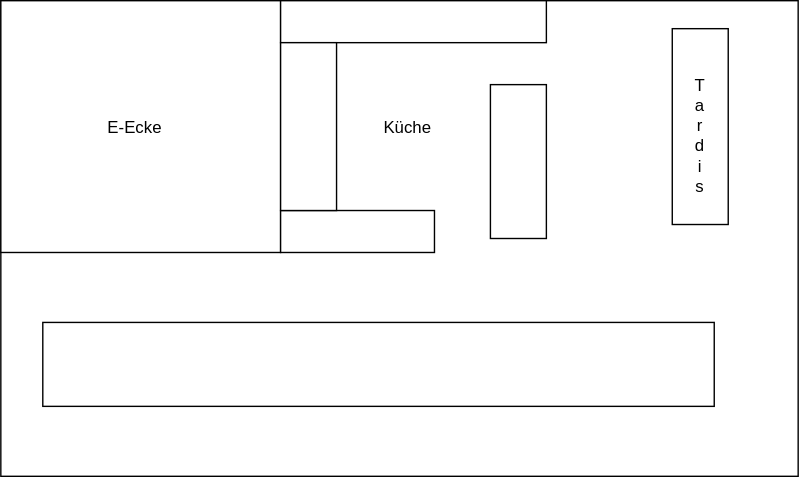
The draw.io diagram rzl.svg in uwap/mqtt-control-map, before a commit. Source tidied: cells renumbered, new cells last; positions are measured from the earlier drawing's top-left corner, leaving out a move shared by most shapes. Source of this version:
```xml
<mxGraphModel background="#ffffff">
  <root>
    <mxCell id="0" />
    <mxCell id="1" parent="0" />
    <mxCell id="2" style="rounded=0;whiteSpace=wrap;html=1;" parent="1" vertex="1">
      <mxGeometry width="570" height="340" as="geometry" />
    </mxCell>
    <mxCell id="3" style="rounded=0;whiteSpace=wrap;html=1;" parent="1" vertex="1">
      <mxGeometry width="200" height="180" as="geometry" />
    </mxCell>
    <mxCell id="4" style="rounded=0;whiteSpace=wrap;html=1;" parent="1" vertex="1">
      <mxGeometry x="200" y="150" width="110" height="30" as="geometry" />
    </mxCell>
    <mxCell id="5" style="rounded=0;whiteSpace=wrap;html=1;" parent="1" vertex="1">
      <mxGeometry x="200" width="190" height="30" as="geometry" />
    </mxCell>
    <mxCell id="6" style="rounded=0;whiteSpace=wrap;html=1;" parent="1" vertex="1">
      <mxGeometry x="200" y="30" width="40" height="120" as="geometry" />
    </mxCell>
    <mxCell id="7" style="rounded=0;whiteSpace=wrap;html=1;" parent="1" vertex="1">
      <mxGeometry x="350" y="60" width="40" height="110" as="geometry" />
    </mxCell>
    <mxCell id="8" style="rounded=0;whiteSpace=wrap;html=1;" parent="1" vertex="1">
      <mxGeometry x="480" y="20" width="40" height="140" as="geometry" />
    </mxCell>
    <mxCell id="9" style="rounded=0;whiteSpace=wrap;html=1;" parent="1" vertex="1">
      <mxGeometry x="30" y="230" width="480" height="60" as="geometry" />
    </mxCell>
    <mxCell id="10" value="T&lt;div&gt;a&lt;/div&gt;&lt;div&gt;r&lt;/div&gt;&lt;div&gt;d&lt;/div&gt;&lt;div&gt;i&lt;/div&gt;&lt;div&gt;s&lt;/div&gt;" style="text;html=1;strokeColor=none;fillColor=none;align=center;verticalAlign=middle;whiteSpace=wrap;" parent="1" vertex="1">
      <mxGeometry x="480" y="85" width="40" height="20" as="geometry" />
    </mxCell>
    <mxCell id="11" value="Küche" style="text;html=1;strokeColor=none;fillColor=none;align=center;verticalAlign=middle;whiteSpace=wrap;" parent="1" vertex="1">
      <mxGeometry x="270" y="80" width="40" height="20" as="geometry" />
    </mxCell>
    <mxCell id="12" value="E-Ecke" style="text;html=1;strokeColor=none;fillColor=none;align=center;verticalAlign=middle;whiteSpace=wrap;" parent="1" vertex="1">
      <mxGeometry x="70" y="80" width="50" height="20" as="geometry" />
    </mxCell>
  </root>
</mxGraphModel>
```
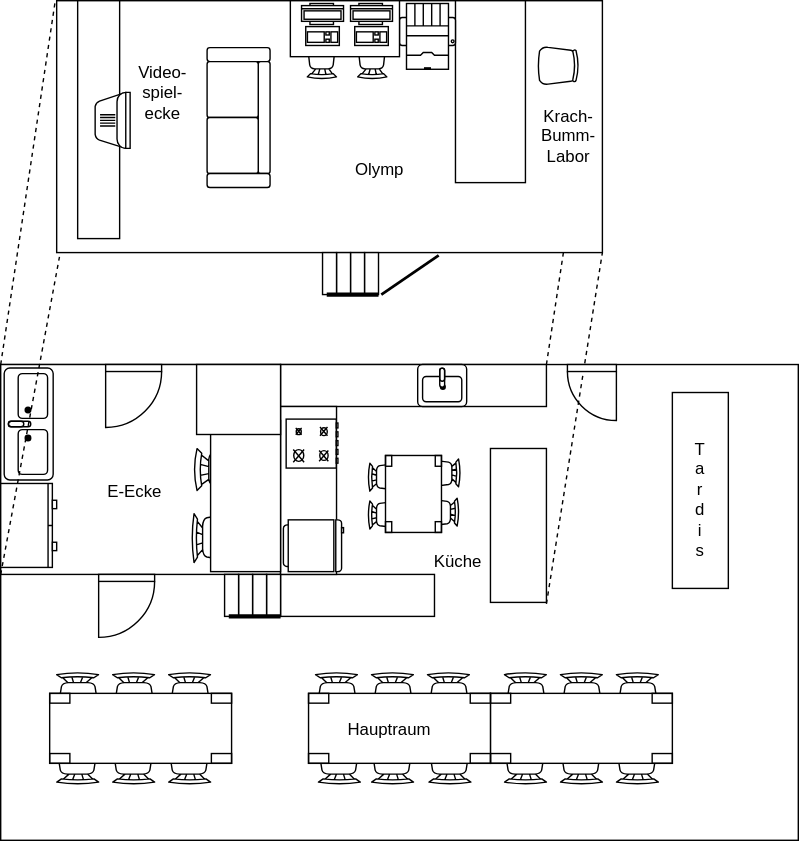
After the commit.

Diff of the diagram source:
```diff
@@ -2,11 +2,16 @@
   <root>
     <mxCell id="0" />
     <mxCell id="1" parent="0" />
+    <mxCell id="13" style="endArrow=none;dashed=1;html=1;entryX=0.997;entryY=0.017;entryPerimeter=0;" parent="1" edge="1" target="14">
+      <mxGeometry relative="1" as="geometry">
+        <mxPoint x="390" as="sourcePoint" />
+      </mxGeometry>
+    </mxCell>
     <mxCell id="2" style="rounded=0;whiteSpace=wrap;html=1;" parent="1" vertex="1">
       <mxGeometry width="570" height="340" as="geometry" />
     </mxCell>
     <mxCell id="3" style="rounded=0;whiteSpace=wrap;html=1;" parent="1" vertex="1">
-      <mxGeometry width="200" height="180" as="geometry" />
+      <mxGeometry width="200" height="150" as="geometry" />
     </mxCell>
     <mxCell id="4" style="rounded=0;whiteSpace=wrap;html=1;" parent="1" vertex="1">
       <mxGeometry x="200" y="150" width="110" height="30" as="geometry" />
@@ -23,17 +28,226 @@
     <mxCell id="8" style="rounded=0;whiteSpace=wrap;html=1;" parent="1" vertex="1">
       <mxGeometry x="480" y="20" width="40" height="140" as="geometry" />
     </mxCell>
-    <mxCell id="9" style="rounded=0;whiteSpace=wrap;html=1;" parent="1" vertex="1">
-      <mxGeometry x="30" y="230" width="480" height="60" as="geometry" />
-    </mxCell>
     <mxCell id="10" value="T&lt;div&gt;a&lt;/div&gt;&lt;div&gt;r&lt;/div&gt;&lt;div&gt;d&lt;/div&gt;&lt;div&gt;i&lt;/div&gt;&lt;div&gt;s&lt;/div&gt;" style="text;html=1;strokeColor=none;fillColor=none;align=center;verticalAlign=middle;whiteSpace=wrap;" parent="1" vertex="1">
       <mxGeometry x="480" y="85" width="40" height="20" as="geometry" />
     </mxCell>
     <mxCell id="11" value="Küche" style="text;html=1;strokeColor=none;fillColor=none;align=center;verticalAlign=middle;whiteSpace=wrap;" parent="1" vertex="1">
-      <mxGeometry x="270" y="80" width="40" height="20" as="geometry" />
+      <mxGeometry x="306" y="130" width="40" height="20" as="geometry" />
     </mxCell>
     <mxCell id="12" value="E-Ecke" style="text;html=1;strokeColor=none;fillColor=none;align=center;verticalAlign=middle;whiteSpace=wrap;" parent="1" vertex="1">
       <mxGeometry x="70" y="80" width="50" height="20" as="geometry" />
     </mxCell>
+    <mxCell id="14" style="rounded=0;whiteSpace=wrap;html=1;" parent="1" vertex="1">
+      <mxGeometry x="40" y="-260" width="390" height="180" as="geometry" />
+    </mxCell>
+    <mxCell id="15" style="rounded=0;whiteSpace=wrap;html=1;" parent="1" vertex="1">
+      <mxGeometry x="55" y="-260" width="30" height="170" as="geometry" />
+    </mxCell>
+    <mxCell id="16" style="rounded=0;whiteSpace=wrap;html=1;" parent="1" vertex="1">
+      <mxGeometry x="325" y="-260" width="50" height="130" as="geometry" />
+    </mxCell>
+    <mxCell id="17" value="Krach-&lt;br&gt;Bumm-&lt;br&gt;Labor" style="text;html=1;strokeColor=none;fillColor=none;align=center;verticalAlign=middle;whiteSpace=wrap;rotation=0;" parent="1" vertex="1">
+      <mxGeometry x="385" y="-174" width="40" height="20" as="geometry" />
+    </mxCell>
+    <mxCell id="18" value="Video-&lt;div&gt;spiel-&lt;/div&gt;&lt;div&gt;ecke&lt;/div&gt;" style="text;html=1;strokeColor=none;fillColor=none;align=center;verticalAlign=middle;whiteSpace=wrap;" parent="1" vertex="1">
+      <mxGeometry x="95" y="-205" width="40" height="20" as="geometry" />
+    </mxCell>
+    <mxCell id="19" value="Olymp" style="text;html=1;strokeColor=none;fillColor=none;align=center;verticalAlign=middle;whiteSpace=wrap;" parent="1" vertex="1">
+      <mxGeometry x="250" y="-150" width="40" height="20" as="geometry" />
+    </mxCell>
+    <mxCell id="20" style="endArrow=none;dashed=1;html=1;exitX=0;exitY=0;exitPerimeter=0;entryX=-0.003;entryY=0;entryPerimeter=0;" parent="1" edge="1" source="3" target="14">
+      <mxGeometry relative="1" as="geometry" />
+    </mxCell>
+    <mxCell id="21" style="endArrow=none;dashed=1;html=1;exitX=1;exitY=1.009;exitPerimeter=0;entryX=1;entryY=1;entryPerimeter=0;" parent="1" edge="1" source="7" target="14">
+      <mxGeometry relative="1" as="geometry" />
+    </mxCell>
+    <mxCell id="22" style="rounded=0;whiteSpace=wrap;html=1;" parent="1" vertex="1">
+      <mxGeometry x="190" y="150" width="10" height="30" as="geometry" />
+    </mxCell>
+    <mxCell id="23" style="rounded=0;whiteSpace=wrap;html=1;" parent="1" vertex="1">
+      <mxGeometry x="180" y="150" width="10" height="30" as="geometry" />
+    </mxCell>
+    <mxCell id="24" style="rounded=0;whiteSpace=wrap;html=1;" parent="1" vertex="1">
+      <mxGeometry x="170" y="150" width="10" height="30" as="geometry" />
+    </mxCell>
+    <mxCell id="25" style="rounded=0;whiteSpace=wrap;html=1;" parent="1" vertex="1">
+      <mxGeometry x="160" y="150" width="10" height="30" as="geometry" />
+    </mxCell>
+    <mxCell id="26" style="endArrow=none;html=1;exitX=0.25;exitY=1;strokeWidth=3;" parent="1" edge="1" source="25">
+      <mxGeometry relative="1" as="geometry">
+        <mxPoint x="200" y="180" as="targetPoint" />
+      </mxGeometry>
+    </mxCell>
+    <mxCell id="27" style="verticalLabelPosition=bottom;html=1;verticalAlign=top;align=center;strokeWidth=1;shape=mxgraph.floorplan.couch;rotation=90;" parent="1" vertex="1">
+      <mxGeometry x="120" y="-199" width="100" height="45" as="geometry" />
+    </mxCell>
+    <mxCell id="28" style="verticalLabelPosition=bottom;html=1;verticalAlign=top;align=center;strokeWidth=1;shape=mxgraph.floorplan.printer;" parent="1" vertex="1">
+      <mxGeometry x="285" y="-258" width="40" height="47" as="geometry" />
+    </mxCell>
+    <mxCell id="29" style="verticalLabelPosition=bottom;html=1;verticalAlign=top;align=center;strokeWidth=1;shape=mxgraph.floorplan.doorRight;" parent="1" vertex="1">
+      <mxGeometry x="405" width="35" height="30" as="geometry" />
+    </mxCell>
+    <mxCell id="30" style="verticalLabelPosition=bottom;html=1;verticalAlign=top;align=center;strokeWidth=1;shape=mxgraph.floorplan.range_1;rotation=-90;" parent="1" vertex="1">
+      <mxGeometry x="205" y="38" width="35" height="37" as="geometry" />
+    </mxCell>
+    <mxCell id="31" value="&lt;div&gt;&lt;br&gt;&lt;/div&gt;" style="verticalLabelPosition=bottom;html=1;verticalAlign=top;align=center;strokeWidth=1;shape=mxgraph.floorplan.sink_2;" parent="1" vertex="1">
+      <mxGeometry x="298" width="35" height="30" as="geometry" />
+    </mxCell>
+    <mxCell id="32" style="verticalLabelPosition=bottom;html=1;verticalAlign=top;align=center;strokeWidth=1;shape=mxgraph.floorplan.chair;rotation=180;" parent="1" vertex="1">
+      <mxGeometry x="255" y="-234" width="21" height="30" as="geometry" />
+    </mxCell>
+    <mxCell id="33" style="verticalLabelPosition=bottom;html=1;verticalAlign=top;align=center;strokeWidth=1;shape=mxgraph.floorplan.chair;rotation=180;" parent="1" vertex="1">
+      <mxGeometry x="219" y="-234" width="21" height="30" as="geometry" />
+    </mxCell>
+    <mxCell id="34" style="rounded=0;whiteSpace=wrap;html=1;" parent="1" vertex="1">
+      <mxGeometry x="260" y="-80" width="10" height="30" as="geometry" />
+    </mxCell>
+    <mxCell id="35" style="rounded=0;whiteSpace=wrap;html=1;" parent="1" vertex="1">
+      <mxGeometry x="250" y="-80" width="10" height="30" as="geometry" />
+    </mxCell>
+    <mxCell id="36" style="rounded=0;whiteSpace=wrap;html=1;" parent="1" vertex="1">
+      <mxGeometry x="240" y="-80" width="10" height="30" as="geometry" />
+    </mxCell>
+    <mxCell id="37" style="rounded=0;whiteSpace=wrap;html=1;" parent="1" vertex="1">
+      <mxGeometry x="230" y="-80" width="10" height="30" as="geometry" />
+    </mxCell>
+    <mxCell id="38" style="endArrow=none;html=1;exitX=0.25;exitY=1;strokeWidth=3;" parent="1" edge="1" source="37">
+      <mxGeometry relative="1" as="geometry">
+        <mxPoint x="270" y="-50" as="targetPoint" />
+      </mxGeometry>
+    </mxCell>
+    <mxCell id="39" style="endArrow=none;html=1;strokeWidth=2;entryX=0.7;entryY=1.011;entryPerimeter=0;" parent="1" edge="1" target="14">
+      <mxGeometry relative="1" as="geometry">
+        <mxPoint x="272" y="-50" as="sourcePoint" />
+      </mxGeometry>
+    </mxCell>
+    <mxCell id="40" style="verticalLabelPosition=bottom;html=1;verticalAlign=top;align=center;strokeWidth=1;shape=mxgraph.floorplan.chair;rotation=90;" parent="1" vertex="1">
+      <mxGeometry x="306" y="65" width="20" height="25" as="geometry" />
+    </mxCell>
+    <mxCell id="41" style="verticalLabelPosition=bottom;html=1;verticalAlign=top;align=center;strokeWidth=1;shape=mxgraph.floorplan.chair;rotation=90;" parent="1" vertex="1">
+      <mxGeometry x="305" y="93" width="20" height="25" as="geometry" />
+    </mxCell>
+    <mxCell id="42" style="verticalLabelPosition=bottom;html=1;verticalAlign=top;align=center;strokeWidth=1;shape=mxgraph.floorplan.chair;rotation=-90;" parent="1" vertex="1">
+      <mxGeometry x="265" y="95" width="20" height="25" as="geometry" />
+    </mxCell>
+    <mxCell id="43" style="verticalLabelPosition=bottom;html=1;verticalAlign=top;align=center;strokeWidth=1;shape=mxgraph.floorplan.chair;rotation=-90;" parent="1" vertex="1">
+      <mxGeometry x="265" y="68" width="20" height="25" as="geometry" />
+    </mxCell>
+    <mxCell id="44" style="verticalLabelPosition=bottom;html=1;verticalAlign=top;align=center;strokeWidth=1;shape=mxgraph.floorplan.table;" parent="1" vertex="1">
+      <mxGeometry x="275" y="65" width="40" height="55" as="geometry" />
+    </mxCell>
+    <mxCell id="45" style="verticalLabelPosition=bottom;html=1;verticalAlign=top;align=center;strokeWidth=1;shape=mxgraph.floorplan.refrigerator;rotation=-90;" parent="1" vertex="1">
+      <mxGeometry x="205" y="108" width="37" height="43" as="geometry" />
+    </mxCell>
+    <mxCell id="46" style="verticalLabelPosition=bottom;html=1;verticalAlign=top;align=center;strokeWidth=1;shape=mxgraph.floorplan.chair;" parent="1" vertex="1">
+      <mxGeometry x="40" y="220" width="30" height="30" as="geometry" />
+    </mxCell>
+    <mxCell id="47" style="verticalLabelPosition=bottom;html=1;verticalAlign=top;align=center;strokeWidth=1;shape=mxgraph.floorplan.chair;" parent="1" vertex="1">
+      <mxGeometry x="80" y="220" width="30" height="30" as="geometry" />
+    </mxCell>
+    <mxCell id="48" style="verticalLabelPosition=bottom;html=1;verticalAlign=top;align=center;strokeWidth=1;shape=mxgraph.floorplan.chair;" parent="1" vertex="1">
+      <mxGeometry x="120" y="220" width="30" height="30" as="geometry" />
+    </mxCell>
+    <mxCell id="49" style="verticalLabelPosition=bottom;html=1;verticalAlign=top;align=center;strokeWidth=1;shape=mxgraph.floorplan.chair;" parent="1" vertex="1">
+      <mxGeometry x="225" y="220" width="30" height="30" as="geometry" />
+    </mxCell>
+    <mxCell id="50" style="verticalLabelPosition=bottom;html=1;verticalAlign=top;align=center;strokeWidth=1;shape=mxgraph.floorplan.chair;" parent="1" vertex="1">
+      <mxGeometry x="265" y="220" width="30" height="30" as="geometry" />
+    </mxCell>
+    <mxCell id="51" style="verticalLabelPosition=bottom;html=1;verticalAlign=top;align=center;strokeWidth=1;shape=mxgraph.floorplan.chair;" parent="1" vertex="1">
+      <mxGeometry x="305" y="220" width="30" height="30" as="geometry" />
+    </mxCell>
+    <mxCell id="52" style="verticalLabelPosition=bottom;html=1;verticalAlign=top;align=center;strokeWidth=1;shape=mxgraph.floorplan.chair;" parent="1" vertex="1">
+      <mxGeometry x="360" y="220" width="30" height="30" as="geometry" />
+    </mxCell>
+    <mxCell id="53" style="verticalLabelPosition=bottom;html=1;verticalAlign=top;align=center;strokeWidth=1;shape=mxgraph.floorplan.chair;" parent="1" vertex="1">
+      <mxGeometry x="400" y="220" width="30" height="30" as="geometry" />
+    </mxCell>
+    <mxCell id="54" style="verticalLabelPosition=bottom;html=1;verticalAlign=top;align=center;strokeWidth=1;shape=mxgraph.floorplan.chair;" parent="1" vertex="1">
+      <mxGeometry x="440" y="220" width="30" height="30" as="geometry" />
+    </mxCell>
+    <mxCell id="55" style="verticalLabelPosition=bottom;html=1;verticalAlign=top;align=center;strokeWidth=1;shape=mxgraph.floorplan.chair;rotation=-180;" parent="1" vertex="1">
+      <mxGeometry x="440" y="270" width="30" height="30" as="geometry" />
+    </mxCell>
+    <mxCell id="56" style="verticalLabelPosition=bottom;html=1;verticalAlign=top;align=center;strokeWidth=1;shape=mxgraph.floorplan.chair;rotation=-180;" parent="1" vertex="1">
+      <mxGeometry x="400" y="270" width="30" height="30" as="geometry" />
+    </mxCell>
+    <mxCell id="57" style="verticalLabelPosition=bottom;html=1;verticalAlign=top;align=center;strokeWidth=1;shape=mxgraph.floorplan.chair;rotation=-180;" parent="1" vertex="1">
+      <mxGeometry x="360" y="270" width="30" height="30" as="geometry" />
+    </mxCell>
+    <mxCell id="58" style="verticalLabelPosition=bottom;html=1;verticalAlign=top;align=center;strokeWidth=1;shape=mxgraph.floorplan.chair;rotation=-180;" parent="1" vertex="1">
+      <mxGeometry x="306" y="270" width="30" height="30" as="geometry" />
+    </mxCell>
+    <mxCell id="59" style="verticalLabelPosition=bottom;html=1;verticalAlign=top;align=center;strokeWidth=1;shape=mxgraph.floorplan.chair;rotation=-180;" parent="1" vertex="1">
+      <mxGeometry x="265" y="270" width="30" height="30" as="geometry" />
+    </mxCell>
+    <mxCell id="60" style="verticalLabelPosition=bottom;html=1;verticalAlign=top;align=center;strokeWidth=1;shape=mxgraph.floorplan.chair;rotation=-180;" parent="1" vertex="1">
+      <mxGeometry x="227" y="270" width="30" height="30" as="geometry" />
+    </mxCell>
+    <mxCell id="61" style="verticalLabelPosition=bottom;html=1;verticalAlign=top;align=center;strokeWidth=1;shape=mxgraph.floorplan.chair;rotation=-180;" parent="1" vertex="1">
+      <mxGeometry x="120" y="270" width="30" height="30" as="geometry" />
+    </mxCell>
+    <mxCell id="62" style="verticalLabelPosition=bottom;html=1;verticalAlign=top;align=center;strokeWidth=1;shape=mxgraph.floorplan.chair;rotation=-180;" parent="1" vertex="1">
+      <mxGeometry x="80" y="270" width="30" height="30" as="geometry" />
+    </mxCell>
+    <mxCell id="63" style="verticalLabelPosition=bottom;html=1;verticalAlign=top;align=center;strokeWidth=1;shape=mxgraph.floorplan.chair;rotation=-180;" parent="1" vertex="1">
+      <mxGeometry x="40" y="270" width="30" height="30" as="geometry" />
+    </mxCell>
+    <mxCell id="64" style="verticalLabelPosition=bottom;html=1;verticalAlign=top;align=center;strokeWidth=1;shape=mxgraph.floorplan.table;" parent="1" vertex="1">
+      <mxGeometry x="350" y="235" width="130" height="50" as="geometry" />
+    </mxCell>
+    <mxCell id="65" style="verticalLabelPosition=bottom;html=1;verticalAlign=top;align=center;strokeWidth=1;shape=mxgraph.floorplan.table;" parent="1" vertex="1">
+      <mxGeometry x="220" y="235" width="130" height="50" as="geometry" />
+    </mxCell>
+    <mxCell id="66" style="verticalLabelPosition=bottom;html=1;verticalAlign=top;align=center;strokeWidth=1;shape=mxgraph.floorplan.table;" parent="1" vertex="1">
+      <mxGeometry x="35" y="235" width="130" height="50" as="geometry" />
+    </mxCell>
+    <mxCell id="67" value="Hauptraum" style="text;html=1;strokeColor=none;fillColor=none;align=center;verticalAlign=middle;whiteSpace=wrap;" parent="1" vertex="1">
+      <mxGeometry x="258" y="250" width="40" height="20" as="geometry" />
+    </mxCell>
+    <mxCell id="68" style="verticalLabelPosition=bottom;html=1;verticalAlign=top;align=center;strokeWidth=1;shape=mxgraph.floorplan.doorLeft;" parent="1" vertex="1">
+      <mxGeometry x="75" width="40" height="40" as="geometry" />
+    </mxCell>
+    <mxCell id="69" style="verticalLabelPosition=bottom;html=1;verticalAlign=top;align=center;strokeWidth=1;shape=mxgraph.floorplan.doorLeft;rotation=0;" parent="1" vertex="1">
+      <mxGeometry x="70" y="150" width="40" height="50" as="geometry" />
+    </mxCell>
+    <mxCell id="70" style="verticalLabelPosition=bottom;html=1;verticalAlign=top;align=center;strokeWidth=1;shape=mxgraph.floorplan.sink_double;rotation=-90;" parent="1" vertex="1">
+      <mxGeometry x="-20" y="25" width="80" height="35" as="geometry" />
+    </mxCell>
+    <mxCell id="71" style="verticalLabelPosition=bottom;html=1;verticalAlign=top;align=center;strokeWidth=1;shape=mxgraph.floorplan.dresser;rotation=-90;" parent="1" vertex="1">
+      <mxGeometry x="-10" y="95" width="60" height="40" as="geometry" />
+    </mxCell>
+    <mxCell id="72" style="verticalLabelPosition=bottom;html=1;verticalAlign=top;align=center;strokeWidth=1;shape=mxgraph.floorplan.chair;rotation=-90;" parent="1" vertex="1">
+      <mxGeometry x="135" y="108" width="35" height="32" as="geometry" />
+    </mxCell>
+    <mxCell id="73" style="verticalLabelPosition=bottom;html=1;verticalAlign=top;align=center;strokeWidth=1;shape=mxgraph.floorplan.chair;rotation=-90;" parent="1" vertex="1">
+      <mxGeometry x="145" y="53" width="30" height="44" as="geometry" />
+    </mxCell>
+    <mxCell id="74" style="rounded=0;whiteSpace=wrap;html=1;strokeWidth=1;" parent="1" vertex="1">
+      <mxGeometry x="150" y="40" width="50" height="108" as="geometry" />
+    </mxCell>
+    <mxCell id="75" style="rounded=0;whiteSpace=wrap;html=1;strokeWidth=1;" parent="1" vertex="1">
+      <mxGeometry x="140" width="60" height="50" as="geometry" />
+    </mxCell>
+    <mxCell id="76" style="verticalLabelPosition=bottom;html=1;verticalAlign=top;align=center;strokeWidth=1;shape=mxgraph.floorplan.office_chair;rotation=90;" parent="1" vertex="1">
+      <mxGeometry x="385" y="-228" width="27" height="29" as="geometry" />
+    </mxCell>
+    <mxCell id="77" style="rounded=0;whiteSpace=wrap;html=1;strokeWidth=1;" parent="1" vertex="1">
+      <mxGeometry x="207" y="-260" width="78" height="40" as="geometry" />
+    </mxCell>
+    <mxCell id="78" style="verticalLabelPosition=bottom;html=1;verticalAlign=top;align=center;strokeWidth=1;shape=mxgraph.floorplan.workstation;" parent="1" vertex="1">
+      <mxGeometry x="215" y="-258" width="30" height="30" as="geometry" />
+    </mxCell>
+    <mxCell id="79" style="verticalLabelPosition=bottom;html=1;verticalAlign=top;align=center;strokeWidth=1;shape=mxgraph.floorplan.workstation;" parent="1" vertex="1">
+      <mxGeometry x="250" y="-258" width="30" height="30" as="geometry" />
+    </mxCell>
+    <mxCell id="80" style="verticalLabelPosition=bottom;html=1;verticalAlign=top;align=center;strokeWidth=1;shape=mxgraph.floorplan.crt_tv;rotation=-90;" parent="1" vertex="1">
+      <mxGeometry x="60" y="-187" width="40" height="25" as="geometry" />
+    </mxCell>
+    <mxCell id="81" style="endArrow=none;dashed=1;html=1;entryX=0.005;entryY=1.017;entryPerimeter=0;" parent="1" edge="1" target="14">
+      <mxGeometry relative="1" as="geometry">
+        <mxPoint y="150" as="sourcePoint" />
+      </mxGeometry>
+    </mxCell>
   </root>
 </mxGraphModel>
```
